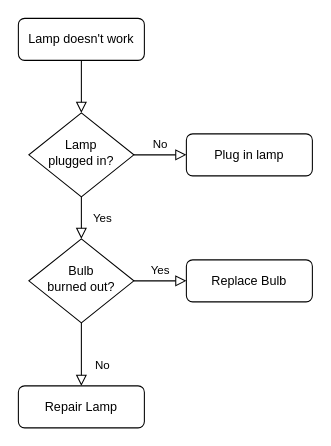
The draw.io diagram Untitled Diagram.drawio in pawandai/Startek_Client, before the edit. Source tidied: cells renumbered, new cells numbered last; positions are measured from the earlier drawing's top-left corner, leaving out a move shared by most shapes. Both pictures are drawn from the tidied source at 105%, with x=0, y=0 at pixel (18, 18).
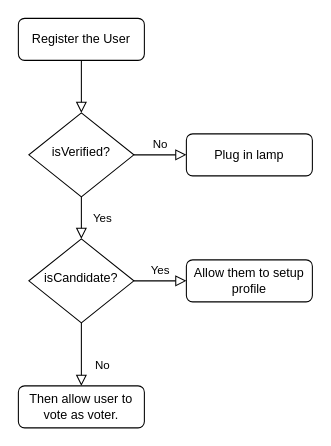
The same page after the edit.

What changed in the source:
```diff
@@
 <mxGraphModel>
   <root>
     <mxCell id="0" />
     <mxCell id="1" parent="0" />
     <mxCell id="2" style="rounded=0;html=1;jettySize=auto;fontSize=11;endArrow=block;endFill=0;endSize=8;strokeWidth=1;shadow=0;labelBackgroundColor=none;edgeStyle=orthogonalEdgeStyle;" parent="1" edge="1" source="3" target="6">
       <mxGeometry relative="1" as="geometry" />
     </mxCell>
-    <mxCell id="3" value="Lamp doesn't work" style="rounded=1;whiteSpace=wrap;html=1;fontSize=12;glass=0;strokeWidth=1;shadow=0;" parent="1" vertex="1">
+    <mxCell id="3" value="Register the User" style="rounded=1;whiteSpace=wrap;html=1;fontSize=12;glass=0;strokeWidth=1;shadow=0;" parent="1" vertex="1">
       <mxGeometry width="120" height="40" as="geometry" />
     </mxCell>
     <mxCell id="4" value="Yes" style="rounded=0;html=1;jettySize=auto;fontSize=11;endArrow=block;endFill=0;endSize=8;strokeWidth=1;shadow=0;labelBackgroundColor=none;edgeStyle=orthogonalEdgeStyle;" parent="1" edge="1" source="6" target="10">
       <mxGeometry y="20" relative="1" as="geometry" />
     </mxCell>
     <mxCell id="5" value="No" style="edgeStyle=orthogonalEdgeStyle;rounded=0;html=1;jettySize=auto;fontSize=11;endArrow=block;endFill=0;endSize=8;strokeWidth=1;shadow=0;labelBackgroundColor=none;" parent="1" edge="1" source="6" target="7">
       <mxGeometry y="10" relative="1" as="geometry" />
     </mxCell>
-    <mxCell id="6" value="Lamp&lt;br&gt;plugged in?" style="rhombus;whiteSpace=wrap;html=1;shadow=0;fontFamily=Helvetica;fontSize=12;align=center;strokeWidth=1;spacing=6;spacingTop=-4;" parent="1" vertex="1">
+    <mxCell id="6" value="isVerified?" style="rhombus;whiteSpace=wrap;html=1;shadow=0;fontFamily=Helvetica;fontSize=12;align=center;strokeWidth=1;spacing=6;spacingTop=-4;" parent="1" vertex="1">
       <mxGeometry x="10" y="90" width="100" height="80" as="geometry" />
     </mxCell>
     <mxCell id="7" value="Plug in lamp" style="rounded=1;whiteSpace=wrap;html=1;fontSize=12;glass=0;strokeWidth=1;shadow=0;" parent="1" vertex="1">
       <mxGeometry x="160" y="110" width="120" height="40" as="geometry" />
     </mxCell>
     <mxCell id="8" value="No" style="rounded=0;html=1;jettySize=auto;fontSize=11;endArrow=block;endFill=0;endSize=8;strokeWidth=1;shadow=0;labelBackgroundColor=none;edgeStyle=orthogonalEdgeStyle;" parent="1" edge="1" source="10" target="11">
       <mxGeometry x="0.33" y="20" relative="1" as="geometry" />
     </mxCell>
     <mxCell id="9" value="Yes" style="edgeStyle=orthogonalEdgeStyle;rounded=0;html=1;jettySize=auto;fontSize=11;endArrow=block;endFill=0;endSize=8;strokeWidth=1;shadow=0;labelBackgroundColor=none;" parent="1" edge="1" source="10" target="12">
       <mxGeometry y="10" relative="1" as="geometry" />
     </mxCell>
-    <mxCell id="10" value="Bulb&lt;br&gt;burned out?" style="rhombus;whiteSpace=wrap;html=1;shadow=0;fontFamily=Helvetica;fontSize=12;align=center;strokeWidth=1;spacing=6;spacingTop=-4;" parent="1" vertex="1">
+    <mxCell id="10" value="isCandidate?" style="rhombus;whiteSpace=wrap;html=1;shadow=0;fontFamily=Helvetica;fontSize=12;align=center;strokeWidth=1;spacing=6;spacingTop=-4;" parent="1" vertex="1">
       <mxGeometry x="10" y="210" width="100" height="80" as="geometry" />
     </mxCell>
-    <mxCell id="11" value="Repair Lamp" style="rounded=1;whiteSpace=wrap;html=1;fontSize=12;glass=0;strokeWidth=1;shadow=0;" parent="1" vertex="1">
+    <mxCell id="11" value="Then allow user to vote as voter." style="rounded=1;whiteSpace=wrap;html=1;fontSize=12;glass=0;strokeWidth=1;shadow=0;" parent="1" vertex="1">
       <mxGeometry y="350" width="120" height="40" as="geometry" />
     </mxCell>
-    <mxCell id="12" value="Replace Bulb" style="rounded=1;whiteSpace=wrap;html=1;fontSize=12;glass=0;strokeWidth=1;shadow=0;" parent="1" vertex="1">
+    <mxCell id="12" value="Allow them to setup profile" style="rounded=1;whiteSpace=wrap;html=1;fontSize=12;glass=0;strokeWidth=1;shadow=0;" parent="1" vertex="1">
       <mxGeometry x="160" y="230" width="120" height="40" as="geometry" />
     </mxCell>
   </root>
 </mxGraphModel>
```
